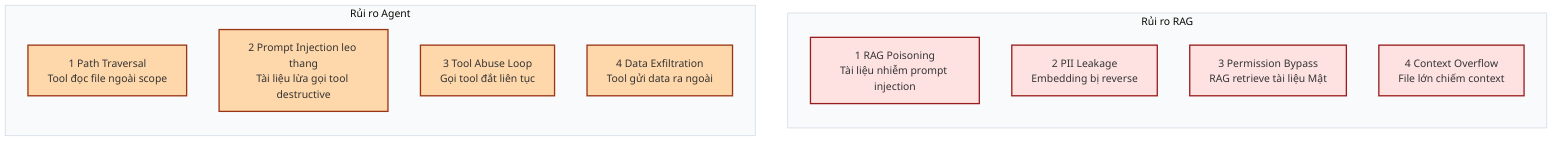
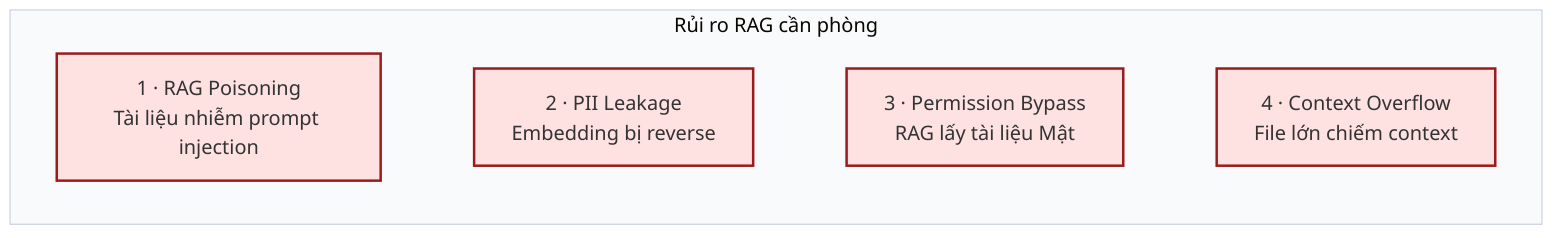
%%{init: {'theme':'base', 'themeVariables': {'fontFamily':'Segoe UI, Arial', 'clusterBkg':'#f8fafc', 'clusterBorder':'#cbd5e1'}}}%%
- flowchart TB
-     subgraph RAG["Rủi ro RAG"]
-         direction TB
-         R1["1 RAG Poisoning<br/>Tài liệu nhiễm prompt injection"]
-         R2["2 PII Leakage<br/>Embedding bị reverse"]
-         R3["3 Permission Bypass<br/>RAG retrieve tài liệu Mật"]
-         R4["4 Context Overflow<br/>File lớn chiếm context"]
-     end
- 
-     subgraph Agent["Rủi ro Agent"]
-         direction TB
-         A1["1 Path Traversal<br/>Tool đọc file ngoài scope"]
-         A2["2 Prompt Injection leo thang<br/>Tài liệu lừa gọi tool destructive"]
-         A3["3 Tool Abuse Loop<br/>Gọi tool đắt liên tục"]
-         A4["4 Data Exfiltration<br/>Tool gửi data ra ngoài"]
+ flowchart LR
+     subgraph RAG["Rủi ro RAG cần phòng"]
+         direction LR
+         R1["1 · RAG Poisoning<br/>Tài liệu nhiễm prompt injection"]
+         R2["2 · PII Leakage<br/>Embedding bị reverse"]
+         R3["3 · Permission Bypass<br/>RAG lấy tài liệu Mật"]
+         R4["4 · Context Overflow<br/>File lớn chiếm context"]
+         R1 ~~~ R2 ~~~ R3 ~~~ R4
    end

    classDef ragClass fill:#fee2e2,stroke:#991b1b,stroke-width:2px
-     classDef agentClass fill:#fed7aa,stroke:#9a3412,stroke-width:2px
- 
    class R1,R2,R3,R4 ragClass
-     class A1,A2,A3,A4 agentClass
